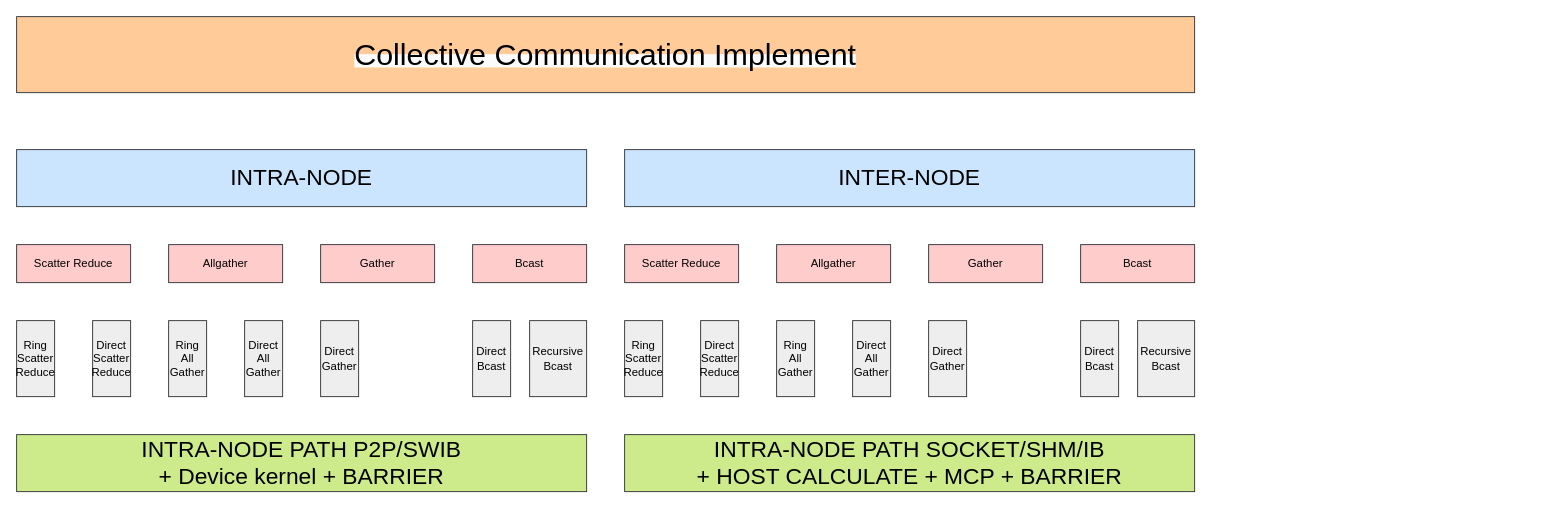
Earlier version of the draw.io diagram intra-node- collective- structure.drawio (BEYHHH/SBLP). Source tidied: cells renumbered, new cells numbered last; positions are measured from the earlier drawing's top-left corner, leaving out a move shared by most shapes. Both pictures are drawn from the tidied source at 95%, with x=0, y=0 at pixel (16, 16).
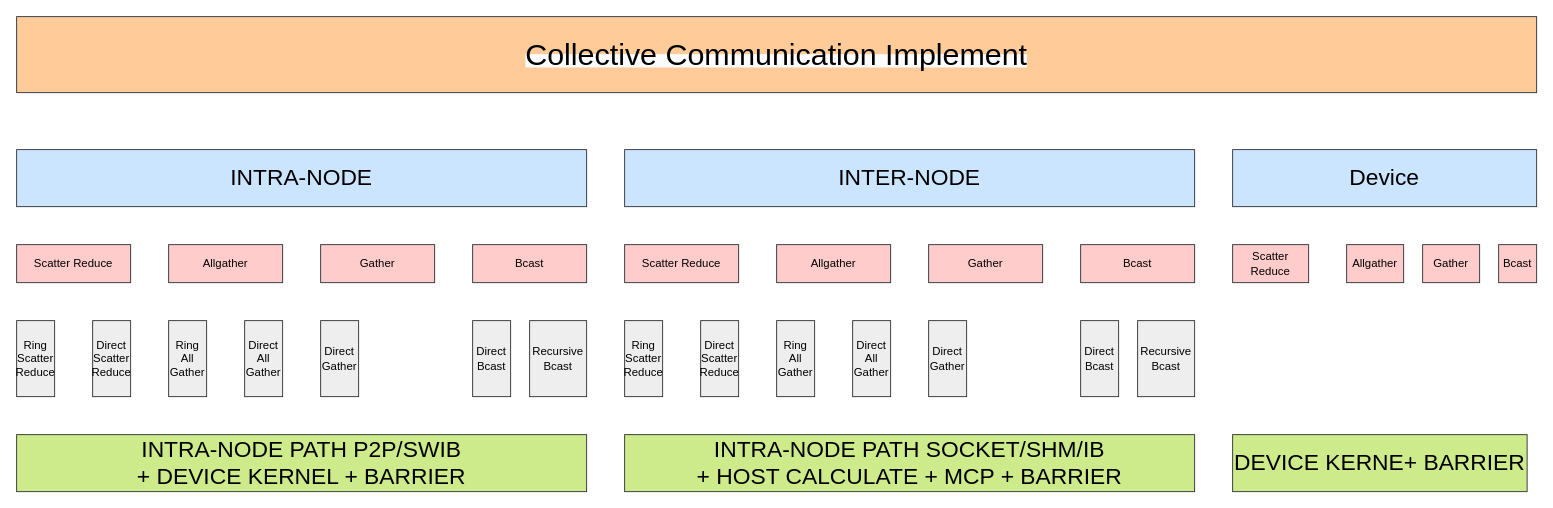
The same diagram, later.

The edit, as a diff of the source:
```diff
@@
     <mxCell id="2" value="&lt;span style=&quot;color: rgb(0, 0, 0); font-family: Helvetica; font-style: normal; font-variant-ligatures: normal; font-variant-caps: normal; font-weight: 400; letter-spacing: normal; orphans: 2; text-align: center; text-indent: 0px; text-transform: none; widows: 2; word-spacing: 0px; -webkit-text-stroke-width: 0px; background-color: rgb(251, 251, 251); text-decoration-thickness: initial; text-decoration-style: initial; text-decoration-color: initial; float: none; display: inline !important;&quot;&gt;&lt;font style=&quot;font-size: 32px;&quot;&gt;Collective Communication Implement&lt;/font&gt;&lt;/span&gt;" style="rounded=0;whiteSpace=wrap;html=1;fillColor=#ffcc99;strokeColor=#36393d;" parent="1" vertex="1">
-      <mxGeometry width="1240" height="80" as="geometry" />
+      <mxGeometry width="1600" height="80" as="geometry" />
     </mxCell>
@@
-    <mxCell id="14" value="&lt;font style=&quot;font-size: 24px;&quot;&gt;INTRA-NODE PATH P2P/SWIB &lt;br&gt;+ Device kernel + BARRIER&lt;/font&gt;" style="rounded=0;whiteSpace=wrap;html=1;fillColor=#cdeb8b;strokeColor=#36393d;" parent="1" vertex="1">
+    <mxCell id="14" value="&lt;font style=&quot;font-size: 24px;&quot;&gt;INTRA-NODE PATH P2P/SWIB &lt;br&gt;+ DEVICE KERNEL + BARRIER&lt;/font&gt;" style="rounded=0;whiteSpace=wrap;html=1;fillColor=#cdeb8b;strokeColor=#36393d;" parent="1" vertex="1">
       <mxGeometry y="440" width="600" height="60" as="geometry" />
     </mxCell>
@@
+    <mxCell id="29" value="&lt;font style=&quot;font-size: 24px;&quot;&gt;Device&lt;/font&gt;" style="rounded=0;whiteSpace=wrap;html=1;fillColor=#cce5ff;strokeColor=#36393d;" parent="1" vertex="1">
+      <mxGeometry x="1280" y="140" width="320" height="60" as="geometry" />
+    </mxCell>
+    <mxCell id="30" value="Scatter Reduce" style="rounded=0;whiteSpace=wrap;html=1;fillColor=#ffcccc;strokeColor=#36393d;" parent="1" vertex="1">
+      <mxGeometry x="1280" y="240" width="80" height="40" as="geometry" />
+    </mxCell>
+    <mxCell id="31" value="Allgather" style="rounded=0;whiteSpace=wrap;html=1;fillColor=#ffcccc;strokeColor=#36393d;" parent="1" vertex="1">
+      <mxGeometry x="1400" y="240" width="60" height="40" as="geometry" />
+    </mxCell>
+    <mxCell id="32" value="Gather" style="rounded=0;whiteSpace=wrap;html=1;fillColor=#ffcccc;strokeColor=#36393d;" parent="1" vertex="1">
+      <mxGeometry x="1480" y="240" width="60" height="40" as="geometry" />
+    </mxCell>
+    <mxCell id="33" value="Bcast" style="rounded=0;whiteSpace=wrap;html=1;fillColor=#ffcccc;strokeColor=#36393d;" parent="1" vertex="1">
+      <mxGeometry x="1560" y="240" width="40" height="40" as="geometry" />
+    </mxCell>
+    <mxCell id="34" value="&lt;font style=&quot;font-size: 24px;&quot;&gt;DEVICE KERNE+ BARRIER&lt;/font&gt;" style="rounded=0;whiteSpace=wrap;html=1;fillColor=#cdeb8b;strokeColor=#36393d;" parent="1" vertex="1">
+      <mxGeometry x="1280" y="440" width="310" height="60" as="geometry" />
+    </mxCell>
```
